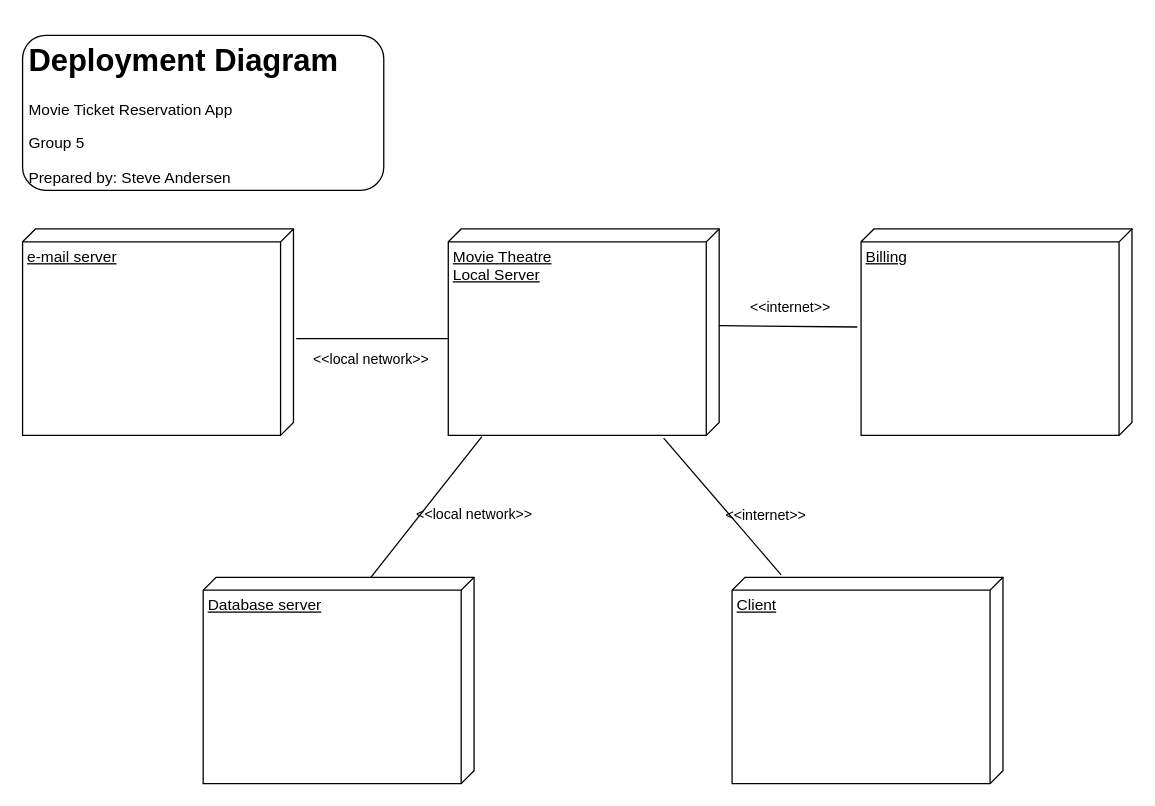
The draw.io diagram page "DeploymentDiagram" (8 of 17) of DesignPhase/614_Project_Diagrams.drawio in mjspk/ticketr, before the edit. Source tidied: cells renumbered, new cells numbered last; positions are measured from the earlier drawing's top-left corner, leaving out a move shared by most shapes. Both pictures are drawn from the tidied source at 129%, with x=0, y=0 at pixel (22, 35).
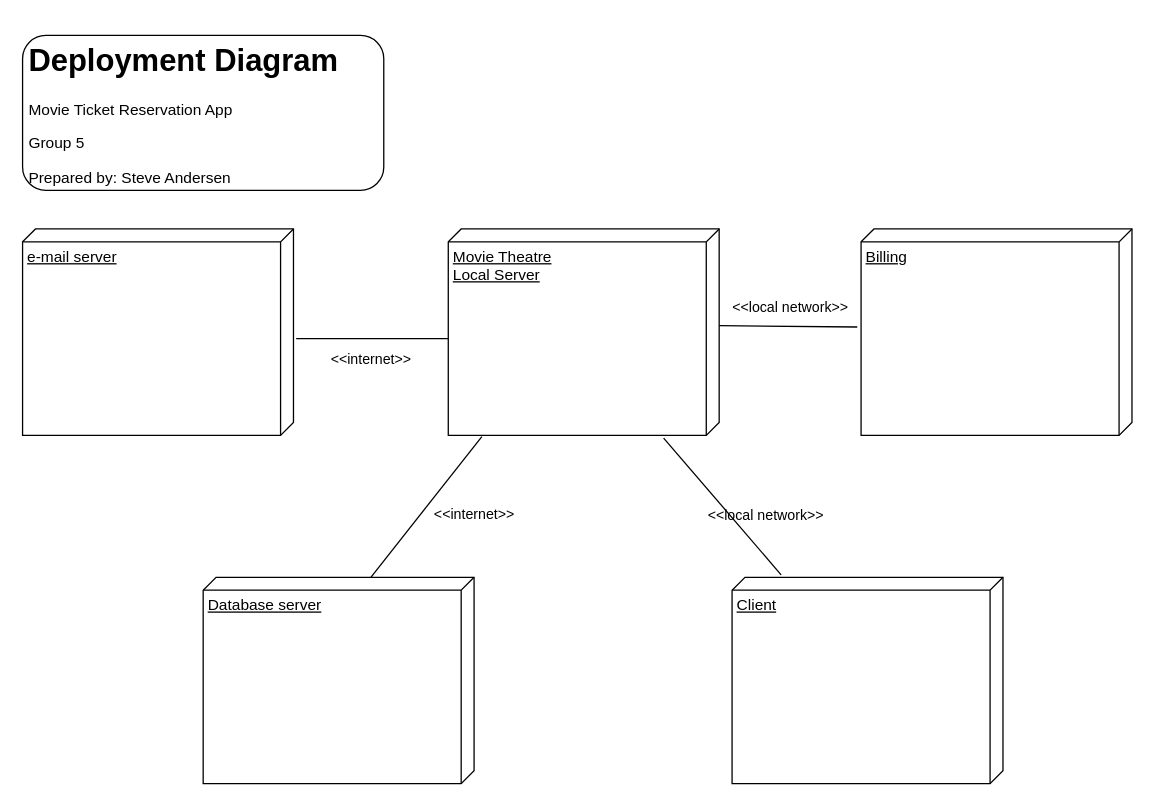
Above is the later version.

The edit, as a diff of the source:
```diff
@@
 <mxGraphModel>
   <root>
     <mxCell id="0" />
     <mxCell id="1" parent="0" />
     <mxCell id="2" value="Movie Theatre&lt;br&gt;Local Server" style="verticalAlign=top;align=left;spacingTop=8;spacingLeft=2;spacingRight=12;shape=cube;size=10;direction=south;fontStyle=4;html=1;" parent="1" vertex="1">
       <mxGeometry x="330" y="150" width="210" height="160" as="geometry" />
     </mxCell>
     <mxCell id="3" value="e-mail server" style="verticalAlign=top;align=left;spacingTop=8;spacingLeft=2;spacingRight=12;shape=cube;size=10;direction=south;fontStyle=4;html=1;" parent="1" vertex="1">
       <mxGeometry y="150" width="210" height="160" as="geometry" />
     </mxCell>
     <mxCell id="4" value="Database server" style="verticalAlign=top;align=left;spacingTop=8;spacingLeft=2;spacingRight=12;shape=cube;size=10;direction=south;fontStyle=4;html=1;" parent="1" vertex="1">
       <mxGeometry x="140" y="420" width="210" height="160" as="geometry" />
     </mxCell>
     <mxCell id="5" value="Client" style="verticalAlign=top;align=left;spacingTop=8;spacingLeft=2;spacingRight=12;shape=cube;size=10;direction=south;fontStyle=4;html=1;" parent="1" vertex="1">
       <mxGeometry x="550" y="420" width="210" height="160" as="geometry" />
     </mxCell>
     <mxCell id="6" value="Billing" style="verticalAlign=top;align=left;spacingTop=8;spacingLeft=2;spacingRight=12;shape=cube;size=10;direction=south;fontStyle=4;html=1;" parent="1" vertex="1">
       <mxGeometry x="650" y="150" width="210" height="160" as="geometry" />
     </mxCell>
-    <mxCell id="7" value="&amp;lt;&amp;lt;local network&amp;gt;&amp;gt;" style="html=1;verticalAlign=bottom;labelBackgroundColor=none;endArrow=none;endFill=0;rounded=0;exitX=1.006;exitY=0.876;exitDx=0;exitDy=0;exitPerimeter=0;entryX=0;entryY=0.381;entryDx=0;entryDy=0;entryPerimeter=0;" parent="1" edge="1" source="2" target="4">
+    <mxCell id="7" value="&amp;lt;&amp;lt;internet&amp;gt;&amp;gt;" style="html=1;verticalAlign=bottom;labelBackgroundColor=none;endArrow=none;endFill=0;rounded=0;exitX=1.006;exitY=0.876;exitDx=0;exitDy=0;exitPerimeter=0;entryX=0;entryY=0.381;entryDx=0;entryDy=0;entryPerimeter=0;" parent="1" edge="1" source="2" target="4">
       <mxGeometry x="-0.17" y="38" relative="1" as="geometry" />
     </mxCell>
-    <mxCell id="8" value="&amp;lt;&amp;lt;internet&amp;gt;&amp;gt;" style="html=1;verticalAlign=bottom;labelBackgroundColor=none;endArrow=none;endFill=0;rounded=0;exitX=1.013;exitY=0.205;exitDx=0;exitDy=0;exitPerimeter=0;entryX=-0.012;entryY=0.819;entryDx=0;entryDy=0;entryPerimeter=0;" parent="1" edge="1" source="2" target="5">
+    <mxCell id="8" value="&amp;lt;&amp;lt;local network&amp;gt;&amp;gt;" style="html=1;verticalAlign=bottom;labelBackgroundColor=none;endArrow=none;endFill=0;rounded=0;exitX=1.013;exitY=0.205;exitDx=0;exitDy=0;exitPerimeter=0;entryX=-0.012;entryY=0.819;entryDx=0;entryDy=0;entryPerimeter=0;" parent="1" edge="1" source="2" target="5">
       <mxGeometry x="0.49" y="15" relative="1" as="geometry" />
     </mxCell>
-    <mxCell id="9" value="&amp;lt;&amp;lt;internet&amp;gt;&amp;gt;" style="html=1;verticalAlign=bottom;labelBackgroundColor=none;endArrow=none;endFill=0;rounded=0;exitX=0;exitY=0;exitDx=75;exitDy=0;exitPerimeter=0;entryX=0.475;entryY=1.014;entryDx=0;entryDy=0;entryPerimeter=0;" parent="1" edge="1" source="2" target="6">
+    <mxCell id="9" value="&amp;lt;&amp;lt;local network&amp;gt;&amp;gt;" style="html=1;verticalAlign=bottom;labelBackgroundColor=none;endArrow=none;endFill=0;rounded=0;exitX=0;exitY=0;exitDx=75;exitDy=0;exitPerimeter=0;entryX=0.475;entryY=1.014;entryDx=0;entryDy=0;entryPerimeter=0;" parent="1" edge="1" source="2" target="6">
       <mxGeometry x="0.03" y="6" relative="1" as="geometry" />
     </mxCell>
-    <mxCell id="10" value="&amp;lt;&amp;lt;local network&amp;gt;&amp;gt;" style="html=1;verticalAlign=bottom;labelBackgroundColor=none;endArrow=none;endFill=0;rounded=0;exitX=0;exitY=0;exitDx=85;exitDy=210;exitPerimeter=0;entryX=0.531;entryY=-0.01;entryDx=0;entryDy=0;entryPerimeter=0;" parent="1" edge="1" source="2" target="3">
+    <mxCell id="10" value="&amp;lt;&amp;lt;internet&amp;gt;&amp;gt;" style="html=1;verticalAlign=bottom;labelBackgroundColor=none;endArrow=none;endFill=0;rounded=0;exitX=0;exitY=0;exitDx=85;exitDy=210;exitPerimeter=0;entryX=0.531;entryY=-0.01;entryDx=0;entryDy=0;entryPerimeter=0;" parent="1" edge="1" source="2" target="3">
       <mxGeometry x="0.02" y="25" relative="1" as="geometry" />
     </mxCell>
     <mxCell id="11" value="&lt;h1&gt;Deployment Diagram&lt;/h1&gt;&lt;p&gt;Movie Ticket Reservation App&lt;/p&gt;&lt;p&gt;Group 5&lt;/p&gt;&lt;p&gt;Prepared by: Steve Andersen&lt;/p&gt;" style="text;html=1;strokeColor=default;fillColor=none;spacing=5;spacingTop=-20;whiteSpace=wrap;overflow=hidden;rounded=1;" parent="1" vertex="1">
       <mxGeometry width="280" height="120" as="geometry" />
     </mxCell>
   </root>
 </mxGraphModel>
```
